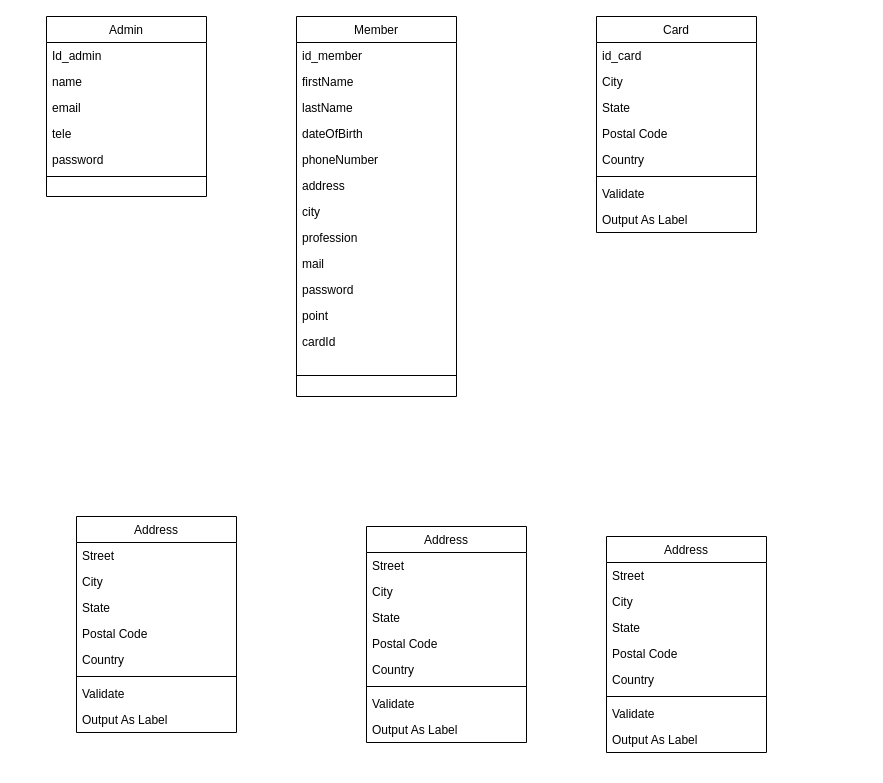
soukrat/diagram-yana keeps this draw.io diagram as Untitled Diagram.drawio. Above is the earlier version. Source tidied: cells renumbered, new cells numbered last; positions are measured from the earlier drawing's top-left corner, leaving out a move shared by most shapes. Both pictures are drawn from the tidied source at 100%, with x=0, y=0 at pixel (46, 16).
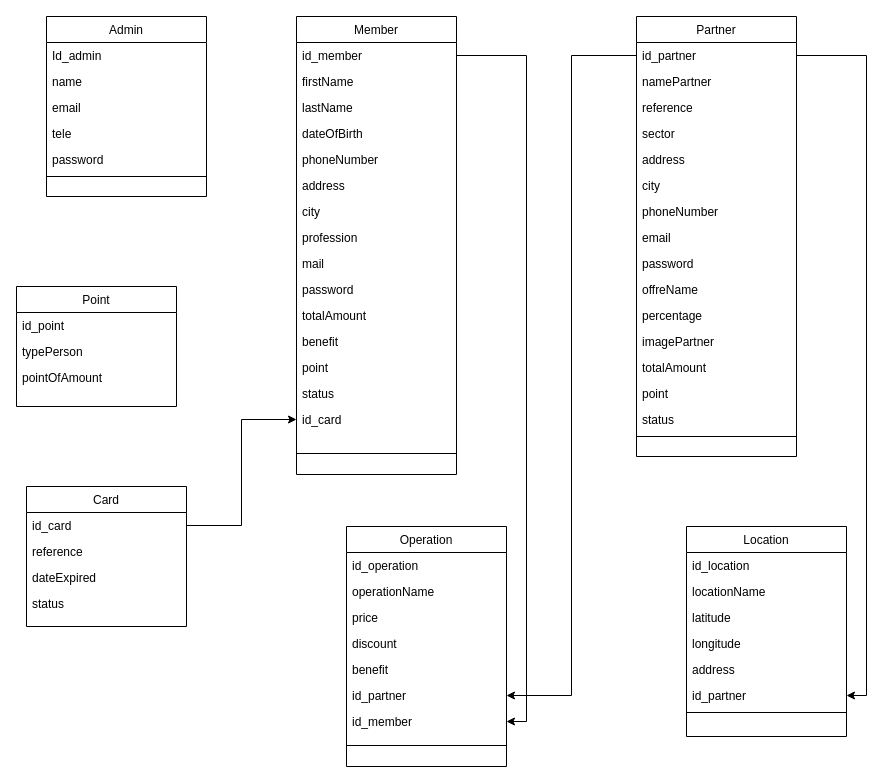
After the change.

The change refers to these unchanged cells:
```xml
<mxCell id="10" value="id_member" style="text;align=left;verticalAlign=top;spacingLeft=4;spacingRight=4;overflow=hidden;points=[[0,0.5],[1,0.5]];portConstraint=eastwest;" parent="9" vertex="1">
  <mxGeometry y="26" width="160" height="26" as="geometry" />
</mxCell>
<mxCell id="24" value="id_card" style="text;align=left;verticalAlign=top;spacingLeft=4;spacingRight=4;overflow=hidden;points=[[0,0.5],[1,0.5]];portConstraint=eastwest;" parent="23" vertex="1">
  <mxGeometry y="26" width="160" height="26" as="geometry" />
</mxCell>
```

Change to the diagram source:
```diff
@@
     <mxCell id="9" value="Member" style="swimlane;fontStyle=0;align=center;verticalAlign=top;horizontal=1;startSize=26;rounded=0;shadow=0;strokeWidth=1;" parent="1" vertex="1">
-      <mxGeometry x="250" width="160" height="380" as="geometry" />
+      <mxGeometry x="250" width="160" height="458" as="geometry" />
     </mxCell>
@@
+    <mxCell id="59" value="totalAmount" style="text;align=left;verticalAlign=top;spacingLeft=4;spacingRight=4;overflow=hidden;rounded=0;shadow=0;html=0;" parent="9" vertex="1">
+      <mxGeometry y="286" width="160" height="26" as="geometry" />
+    </mxCell>
-    <mxCell id="20" value="point" style="text;align=left;verticalAlign=top;spacingLeft=4;spacingRight=4;overflow=hidden;rounded=0;shadow=0;html=0;" parent="9" vertex="1">
-      <mxGeometry y="286" width="160" height="26" as="geometry" />
+    <mxCell id="20" value="benefit" style="text;align=left;verticalAlign=top;spacingLeft=4;spacingRight=4;overflow=hidden;rounded=0;shadow=0;html=0;" parent="9" vertex="1">
+      <mxGeometry y="312" width="160" height="26" as="geometry" />
     </mxCell>
-    <mxCell id="21" value="cardId" style="text;align=left;verticalAlign=top;spacingLeft=4;spacingRight=4;overflow=hidden;rounded=0;shadow=0;html=0;" parent="9" vertex="1">
-      <mxGeometry y="312" width="160" height="26" as="geometry" />
+    <mxCell id="21" value="point" style="text;align=left;verticalAlign=top;spacingLeft=4;spacingRight=4;overflow=hidden;rounded=0;shadow=0;html=0;" parent="9" vertex="1">
+      <mxGeometry y="338" width="160" height="26" as="geometry" />
     </mxCell>
+    <mxCell id="60" value="status" style="text;align=left;verticalAlign=top;spacingLeft=4;spacingRight=4;overflow=hidden;rounded=0;shadow=0;html=0;" parent="9" vertex="1">
+      <mxGeometry y="364" width="160" height="26" as="geometry" />
+    </mxCell>
+    <mxCell id="61" value="id_card" style="text;align=left;verticalAlign=top;spacingLeft=4;spacingRight=4;overflow=hidden;points=[[0,0.5],[1,0.5]];portConstraint=eastwest;rounded=0;shadow=0;html=0;" parent="9" vertex="1">
+      <mxGeometry y="390" width="160" height="26" as="geometry" />
+    </mxCell>
     <mxCell id="22" style="line;html=1;strokeWidth=1;align=left;verticalAlign=middle;spacingTop=-1;spacingLeft=3;spacingRight=3;labelPosition=right;" parent="9" vertex="1">
-      <mxGeometry y="338" width="160" height="42" as="geometry" />
+      <mxGeometry y="416" width="160" height="42" as="geometry" />
     </mxCell>
     <mxCell id="23" value="Card" style="swimlane;fontStyle=0;align=center;verticalAlign=top;horizontal=1;startSize=26;rounded=0;shadow=0;strokeWidth=1;" parent="1" vertex="1">
-      <mxGeometry x="550" width="160" height="216" as="geometry" />
+      <mxGeometry x="-20" y="470" width="160" height="140" as="geometry" />
     </mxCell>
@@
-    <mxCell id="25" value="City" style="text;align=left;verticalAlign=top;spacingLeft=4;spacingRight=4;overflow=hidden;rounded=0;shadow=0;html=0;" parent="23" vertex="1">
+    <mxCell id="25" value="reference" style="text;align=left;verticalAlign=top;spacingLeft=4;spacingRight=4;overflow=hidden;rounded=0;shadow=0;html=0;" parent="23" vertex="1">
       <mxGeometry y="52" width="160" height="26" as="geometry" />
     </mxCell>
-    <mxCell id="26" value="State" style="text;align=left;verticalAlign=top;spacingLeft=4;spacingRight=4;overflow=hidden;rounded=0;shadow=0;html=0;" parent="23" vertex="1">
+    <mxCell id="26" value="dateExpired" style="text;align=left;verticalAlign=top;spacingLeft=4;spacingRight=4;overflow=hidden;rounded=0;shadow=0;html=0;" parent="23" vertex="1">
       <mxGeometry y="78" width="160" height="26" as="geometry" />
     </mxCell>
-    <mxCell id="27" value="Postal Code" style="text;align=left;verticalAlign=top;spacingLeft=4;spacingRight=4;overflow=hidden;rounded=0;shadow=0;html=0;" parent="23" vertex="1">
+    <mxCell id="27" value="status" style="text;align=left;verticalAlign=top;spacingLeft=4;spacingRight=4;overflow=hidden;rounded=0;shadow=0;html=0;" parent="23" vertex="1">
       <mxGeometry y="104" width="160" height="26" as="geometry" />
     </mxCell>
-    <mxCell id="28" value="Country" style="text;align=left;verticalAlign=top;spacingLeft=4;spacingRight=4;overflow=hidden;rounded=0;shadow=0;html=0;" parent="23" vertex="1">
-      <mxGeometry y="130" width="160" height="26" as="geometry" />
-    </mxCell>
-    <mxCell id="29" style="line;html=1;strokeWidth=1;align=left;verticalAlign=middle;spacingTop=-1;spacingLeft=3;spacingRight=3;labelPosition=right;" parent="23" vertex="1">
-      <mxGeometry y="156" width="160" height="8" as="geometry" />
-    </mxCell>
-    <mxCell id="30" value="Validate" style="text;align=left;verticalAlign=top;spacingLeft=4;spacingRight=4;overflow=hidden;" parent="23" vertex="1">
-      <mxGeometry y="164" width="160" height="26" as="geometry" />
-    </mxCell>
-    <mxCell id="31" value="Output As Label" style="text;align=left;verticalAlign=top;spacingLeft=4;spacingRight=4;overflow=hidden;" parent="23" vertex="1">
-      <mxGeometry y="190" width="160" height="26" as="geometry" />
-    </mxCell>
-    <mxCell id="32" value="Address" style="swimlane;fontStyle=0;align=center;verticalAlign=top;horizontal=1;startSize=26;rounded=0;shadow=0;strokeWidth=1;" parent="1" vertex="1">
-      <mxGeometry x="30" y="500" width="160" height="216" as="geometry" />
+    <mxCell id="32" value="Partner" style="swimlane;fontStyle=0;align=center;verticalAlign=top;horizontal=1;startSize=26;rounded=0;shadow=0;strokeWidth=1;" parent="1" vertex="1">
+      <mxGeometry x="590" width="160" height="440" as="geometry" />
     </mxCell>
-    <mxCell id="33" value="Street" style="text;align=left;verticalAlign=top;spacingLeft=4;spacingRight=4;overflow=hidden;points=[[0,0.5],[1,0.5]];portConstraint=eastwest;" parent="32" vertex="1">
+    <mxCell id="33" value="id_partner" style="text;align=left;verticalAlign=top;spacingLeft=4;spacingRight=4;overflow=hidden;points=[[0,0.5],[1,0.5]];portConstraint=eastwest;" parent="32" vertex="1">
       <mxGeometry y="26" width="160" height="26" as="geometry" />
     </mxCell>
-    <mxCell id="34" value="City" style="text;align=left;verticalAlign=top;spacingLeft=4;spacingRight=4;overflow=hidden;rounded=0;shadow=0;html=0;" parent="32" vertex="1">
+    <mxCell id="34" value="namePartner" style="text;align=left;verticalAlign=top;spacingLeft=4;spacingRight=4;overflow=hidden;rounded=0;shadow=0;html=0;" parent="32" vertex="1">
       <mxGeometry y="52" width="160" height="26" as="geometry" />
     </mxCell>
-    <mxCell id="35" value="State" style="text;align=left;verticalAlign=top;spacingLeft=4;spacingRight=4;overflow=hidden;rounded=0;shadow=0;html=0;" parent="32" vertex="1">
+    <mxCell id="35" value="reference" style="text;align=left;verticalAlign=top;spacingLeft=4;spacingRight=4;overflow=hidden;rounded=0;shadow=0;html=0;" parent="32" vertex="1">
       <mxGeometry y="78" width="160" height="26" as="geometry" />
     </mxCell>
-    <mxCell id="36" value="Postal Code" style="text;align=left;verticalAlign=top;spacingLeft=4;spacingRight=4;overflow=hidden;rounded=0;shadow=0;html=0;" parent="32" vertex="1">
+    <mxCell id="36" value="sector" style="text;align=left;verticalAlign=top;spacingLeft=4;spacingRight=4;overflow=hidden;rounded=0;shadow=0;html=0;" parent="32" vertex="1">
       <mxGeometry y="104" width="160" height="26" as="geometry" />
     </mxCell>
-    <mxCell id="37" value="Country" style="text;align=left;verticalAlign=top;spacingLeft=4;spacingRight=4;overflow=hidden;rounded=0;shadow=0;html=0;" parent="32" vertex="1">
+    <mxCell id="37" value="address" style="text;align=left;verticalAlign=top;spacingLeft=4;spacingRight=4;overflow=hidden;rounded=0;shadow=0;html=0;" parent="32" vertex="1">
       <mxGeometry y="130" width="160" height="26" as="geometry" />
     </mxCell>
+    <mxCell id="62" value="city" style="text;align=left;verticalAlign=top;spacingLeft=4;spacingRight=4;overflow=hidden;rounded=0;shadow=0;html=0;" parent="32" vertex="1">
+      <mxGeometry y="156" width="160" height="26" as="geometry" />
+    </mxCell>
+    <mxCell id="63" value="phoneNumber" style="text;align=left;verticalAlign=top;spacingLeft=4;spacingRight=4;overflow=hidden;rounded=0;shadow=0;html=0;" parent="32" vertex="1">
+      <mxGeometry y="182" width="160" height="26" as="geometry" />
+    </mxCell>
+    <mxCell id="64" value="email" style="text;align=left;verticalAlign=top;spacingLeft=4;spacingRight=4;overflow=hidden;rounded=0;shadow=0;html=0;" parent="32" vertex="1">
+      <mxGeometry y="208" width="160" height="26" as="geometry" />
+    </mxCell>
+    <mxCell id="65" value="password" style="text;align=left;verticalAlign=top;spacingLeft=4;spacingRight=4;overflow=hidden;rounded=0;shadow=0;html=0;" parent="32" vertex="1">
+      <mxGeometry y="234" width="160" height="26" as="geometry" />
+    </mxCell>
+    <mxCell id="66" value="offreName" style="text;align=left;verticalAlign=top;spacingLeft=4;spacingRight=4;overflow=hidden;rounded=0;shadow=0;html=0;" parent="32" vertex="1">
+      <mxGeometry y="260" width="160" height="26" as="geometry" />
+    </mxCell>
+    <mxCell id="67" value="percentage" style="text;align=left;verticalAlign=top;spacingLeft=4;spacingRight=4;overflow=hidden;rounded=0;shadow=0;html=0;" parent="32" vertex="1">
+      <mxGeometry y="286" width="160" height="26" as="geometry" />
+    </mxCell>
+    <mxCell id="68" value="imagePartner" style="text;align=left;verticalAlign=top;spacingLeft=4;spacingRight=4;overflow=hidden;rounded=0;shadow=0;html=0;" parent="32" vertex="1">
+      <mxGeometry y="312" width="160" height="26" as="geometry" />
+    </mxCell>
+    <mxCell id="69" value="totalAmount" style="text;align=left;verticalAlign=top;spacingLeft=4;spacingRight=4;overflow=hidden;rounded=0;shadow=0;html=0;" parent="32" vertex="1">
+      <mxGeometry y="338" width="160" height="26" as="geometry" />
+    </mxCell>
+    <mxCell id="70" value="point" style="text;align=left;verticalAlign=top;spacingLeft=4;spacingRight=4;overflow=hidden;rounded=0;shadow=0;html=0;" parent="32" vertex="1">
+      <mxGeometry y="364" width="160" height="26" as="geometry" />
+    </mxCell>
+    <mxCell id="71" value="status" style="text;align=left;verticalAlign=top;spacingLeft=4;spacingRight=4;overflow=hidden;rounded=0;shadow=0;html=0;" parent="32" vertex="1">
+      <mxGeometry y="390" width="160" height="26" as="geometry" />
+    </mxCell>
     <mxCell id="38" style="line;html=1;strokeWidth=1;align=left;verticalAlign=middle;spacingTop=-1;spacingLeft=3;spacingRight=3;labelPosition=right;" parent="32" vertex="1">
-      <mxGeometry y="156" width="160" height="8" as="geometry" />
+      <mxGeometry y="416" width="160" height="8" as="geometry" />
     </mxCell>
-    <mxCell id="39" value="Validate" style="text;align=left;verticalAlign=top;spacingLeft=4;spacingRight=4;overflow=hidden;" parent="32" vertex="1">
-      <mxGeometry y="164" width="160" height="26" as="geometry" />
-    </mxCell>
-    <mxCell id="40" value="Output As Label" style="text;align=left;verticalAlign=top;spacingLeft=4;spacingRight=4;overflow=hidden;" parent="32" vertex="1">
-      <mxGeometry y="190" width="160" height="26" as="geometry" />
-    </mxCell>
-    <mxCell id="41" value="Address" style="swimlane;fontStyle=0;align=center;verticalAlign=top;horizontal=1;startSize=26;rounded=0;shadow=0;strokeWidth=1;" parent="1" vertex="1">
-      <mxGeometry x="320" y="510" width="160" height="216" as="geometry" />
+    <mxCell id="41" value="Operation" style="swimlane;fontStyle=0;align=center;verticalAlign=top;horizontal=1;startSize=26;rounded=0;shadow=0;strokeWidth=1;" parent="1" vertex="1">
+      <mxGeometry x="300" y="510" width="160" height="240" as="geometry" />
     </mxCell>
-    <mxCell id="42" value="Street" style="text;align=left;verticalAlign=top;spacingLeft=4;spacingRight=4;overflow=hidden;" parent="41" vertex="1">
+    <mxCell id="42" value="id_operation" style="text;align=left;verticalAlign=top;spacingLeft=4;spacingRight=4;overflow=hidden;" parent="41" vertex="1">
       <mxGeometry y="26" width="160" height="26" as="geometry" />
     </mxCell>
-    <mxCell id="43" value="City" style="text;align=left;verticalAlign=top;spacingLeft=4;spacingRight=4;overflow=hidden;rounded=0;shadow=0;html=0;" parent="41" vertex="1">
+    <mxCell id="43" value="operationName" style="text;align=left;verticalAlign=top;spacingLeft=4;spacingRight=4;overflow=hidden;rounded=0;shadow=0;html=0;" parent="41" vertex="1">
       <mxGeometry y="52" width="160" height="26" as="geometry" />
     </mxCell>
-    <mxCell id="44" value="State" style="text;align=left;verticalAlign=top;spacingLeft=4;spacingRight=4;overflow=hidden;rounded=0;shadow=0;html=0;" parent="41" vertex="1">
+    <mxCell id="44" value="price" style="text;align=left;verticalAlign=top;spacingLeft=4;spacingRight=4;overflow=hidden;rounded=0;shadow=0;html=0;" parent="41" vertex="1">
       <mxGeometry y="78" width="160" height="26" as="geometry" />
     </mxCell>
-    <mxCell id="45" value="Postal Code" style="text;align=left;verticalAlign=top;spacingLeft=4;spacingRight=4;overflow=hidden;rounded=0;shadow=0;html=0;" parent="41" vertex="1">
+    <mxCell id="45" value="discount" style="text;align=left;verticalAlign=top;spacingLeft=4;spacingRight=4;overflow=hidden;rounded=0;shadow=0;html=0;" parent="41" vertex="1">
       <mxGeometry y="104" width="160" height="26" as="geometry" />
     </mxCell>
-    <mxCell id="46" value="Country" style="text;align=left;verticalAlign=top;spacingLeft=4;spacingRight=4;overflow=hidden;rounded=0;shadow=0;html=0;" parent="41" vertex="1">
+    <mxCell id="46" value="benefit" style="text;align=left;verticalAlign=top;spacingLeft=4;spacingRight=4;overflow=hidden;rounded=0;shadow=0;html=0;" parent="41" vertex="1">
       <mxGeometry y="130" width="160" height="26" as="geometry" />
     </mxCell>
+    <mxCell id="72" value="id_partner" style="text;align=left;verticalAlign=top;spacingLeft=4;spacingRight=4;overflow=hidden;points=[[0,0.5],[1,0.5]];portConstraint=eastwest;rounded=0;shadow=0;html=0;" parent="41" vertex="1">
+      <mxGeometry y="156" width="160" height="26" as="geometry" />
+    </mxCell>
+    <mxCell id="73" value="id_member" style="text;align=left;verticalAlign=top;spacingLeft=4;spacingRight=4;overflow=hidden;points=[[0,0.5],[1,0.5]];portConstraint=eastwest;rounded=0;shadow=0;html=0;" parent="41" vertex="1">
+      <mxGeometry y="182" width="160" height="26" as="geometry" />
+    </mxCell>
     <mxCell id="47" style="line;html=1;strokeWidth=1;align=left;verticalAlign=middle;spacingTop=-1;spacingLeft=3;spacingRight=3;labelPosition=right;" parent="41" vertex="1">
-      <mxGeometry y="156" width="160" height="8" as="geometry" />
+      <mxGeometry y="208" width="160" height="22" as="geometry" />
     </mxCell>
-    <mxCell id="48" value="Validate" style="text;align=left;verticalAlign=top;spacingLeft=4;spacingRight=4;overflow=hidden;" parent="41" vertex="1">
-      <mxGeometry y="164" width="160" height="26" as="geometry" />
-    </mxCell>
-    <mxCell id="49" value="Output As Label" style="text;align=left;verticalAlign=top;spacingLeft=4;spacingRight=4;overflow=hidden;" parent="41" vertex="1">
-      <mxGeometry y="190" width="160" height="26" as="geometry" />
-    </mxCell>
-    <mxCell id="50" value="Address" style="swimlane;fontStyle=0;align=center;verticalAlign=top;horizontal=1;startSize=26;rounded=0;shadow=0;strokeWidth=1;" parent="1" vertex="1">
-      <mxGeometry x="560" y="520" width="160" height="216" as="geometry" />
+    <mxCell id="50" value="Location" style="swimlane;fontStyle=0;align=center;verticalAlign=top;horizontal=1;startSize=26;rounded=0;shadow=0;strokeWidth=1;" parent="1" vertex="1">
+      <mxGeometry x="640" y="510" width="160" height="210" as="geometry" />
     </mxCell>
-    <mxCell id="51" value="Street" style="text;align=left;verticalAlign=top;spacingLeft=4;spacingRight=4;overflow=hidden;" parent="50" vertex="1">
+    <mxCell id="51" value="id_location" style="text;align=left;verticalAlign=top;spacingLeft=4;spacingRight=4;overflow=hidden;" parent="50" vertex="1">
       <mxGeometry y="26" width="160" height="26" as="geometry" />
     </mxCell>
-    <mxCell id="52" value="City" style="text;align=left;verticalAlign=top;spacingLeft=4;spacingRight=4;overflow=hidden;rounded=0;shadow=0;html=0;" parent="50" vertex="1">
+    <mxCell id="52" value="locationName" style="text;align=left;verticalAlign=top;spacingLeft=4;spacingRight=4;overflow=hidden;rounded=0;shadow=0;html=0;" parent="50" vertex="1">
       <mxGeometry y="52" width="160" height="26" as="geometry" />
     </mxCell>
-    <mxCell id="53" value="State" style="text;align=left;verticalAlign=top;spacingLeft=4;spacingRight=4;overflow=hidden;rounded=0;shadow=0;html=0;" parent="50" vertex="1">
+    <mxCell id="53" value="latitude" style="text;align=left;verticalAlign=top;spacingLeft=4;spacingRight=4;overflow=hidden;rounded=0;shadow=0;html=0;" parent="50" vertex="1">
       <mxGeometry y="78" width="160" height="26" as="geometry" />
     </mxCell>
-    <mxCell id="54" value="Postal Code" style="text;align=left;verticalAlign=top;spacingLeft=4;spacingRight=4;overflow=hidden;rounded=0;shadow=0;html=0;" parent="50" vertex="1">
+    <mxCell id="54" value="longitude" style="text;align=left;verticalAlign=top;spacingLeft=4;spacingRight=4;overflow=hidden;rounded=0;shadow=0;html=0;" parent="50" vertex="1">
       <mxGeometry y="104" width="160" height="26" as="geometry" />
     </mxCell>
-    <mxCell id="55" value="Country" style="text;align=left;verticalAlign=top;spacingLeft=4;spacingRight=4;overflow=hidden;rounded=0;shadow=0;html=0;" parent="50" vertex="1">
+    <mxCell id="55" value="address" style="text;align=left;verticalAlign=top;spacingLeft=4;spacingRight=4;overflow=hidden;rounded=0;shadow=0;html=0;" parent="50" vertex="1">
       <mxGeometry y="130" width="160" height="26" as="geometry" />
     </mxCell>
+    <mxCell id="74" value="id_partner" style="text;align=left;verticalAlign=top;spacingLeft=4;spacingRight=4;overflow=hidden;points=[[0,0.5],[1,0.5]];portConstraint=eastwest;rounded=0;shadow=0;html=0;" parent="50" vertex="1">
+      <mxGeometry y="156" width="160" height="26" as="geometry" />
+    </mxCell>
     <mxCell id="56" style="line;html=1;strokeWidth=1;align=left;verticalAlign=middle;spacingTop=-1;spacingLeft=3;spacingRight=3;labelPosition=right;" parent="50" vertex="1">
-      <mxGeometry y="156" width="160" height="8" as="geometry" />
+      <mxGeometry y="182" width="160" height="8" as="geometry" />
     </mxCell>
-    <mxCell id="57" value="Validate" style="text;align=left;verticalAlign=top;spacingLeft=4;spacingRight=4;overflow=hidden;" parent="50" vertex="1">
-      <mxGeometry y="164" width="160" height="26" as="geometry" />
-    </mxCell>
-    <mxCell id="58" value="Output As Label" style="text;align=left;verticalAlign=top;spacingLeft=4;spacingRight=4;overflow=hidden;" parent="50" vertex="1">
-      <mxGeometry y="190" width="160" height="26" as="geometry" />
-    </mxCell>
+    <mxCell id="75" style="edgeStyle=orthogonalEdgeStyle;rounded=0;jettySize=auto;html=1;entryX=1;entryY=0.5;entryDx=0;entryDy=0;" parent="1" edge="1" source="33" target="74">
+      <mxGeometry relative="1" as="geometry" />
+    </mxCell>
+    <mxCell id="76" style="edgeStyle=orthogonalEdgeStyle;rounded=0;jettySize=auto;html=1;" parent="1" edge="1" source="24" target="61">
+      <mxGeometry relative="1" as="geometry" />
+    </mxCell>
+    <mxCell id="77" style="edgeStyle=orthogonalEdgeStyle;rounded=0;jettySize=auto;html=1;" parent="1" edge="1" source="33" target="72">
+      <mxGeometry relative="1" as="geometry" />
+    </mxCell>
+    <mxCell id="78" style="edgeStyle=orthogonalEdgeStyle;rounded=0;jettySize=auto;html=1;entryX=1;entryY=0.5;entryDx=0;entryDy=0;" parent="1" edge="1" source="10" target="73">
+      <mxGeometry relative="1" as="geometry" />
+    </mxCell>
+    <mxCell id="79" value="Point" style="swimlane;fontStyle=0;align=center;verticalAlign=top;horizontal=1;startSize=26;rounded=0;shadow=0;strokeWidth=1;" parent="1" vertex="1">
+      <mxGeometry x="-30" y="270" width="160" height="120" as="geometry" />
+    </mxCell>
+    <mxCell id="80" value="id_point" style="text;align=left;verticalAlign=top;spacingLeft=4;spacingRight=4;overflow=hidden;" parent="79" vertex="1">
+      <mxGeometry y="26" width="160" height="26" as="geometry" />
+    </mxCell>
+    <mxCell id="81" value="typePerson" style="text;align=left;verticalAlign=top;spacingLeft=4;spacingRight=4;overflow=hidden;rounded=0;shadow=0;html=0;" parent="79" vertex="1">
+      <mxGeometry y="52" width="160" height="26" as="geometry" />
+    </mxCell>
+    <mxCell id="82" value="pointOfAmount" style="text;align=left;verticalAlign=top;spacingLeft=4;spacingRight=4;overflow=hidden;rounded=0;shadow=0;html=0;" parent="79" vertex="1">
+      <mxGeometry y="78" width="160" height="26" as="geometry" />
+    </mxCell>
```
